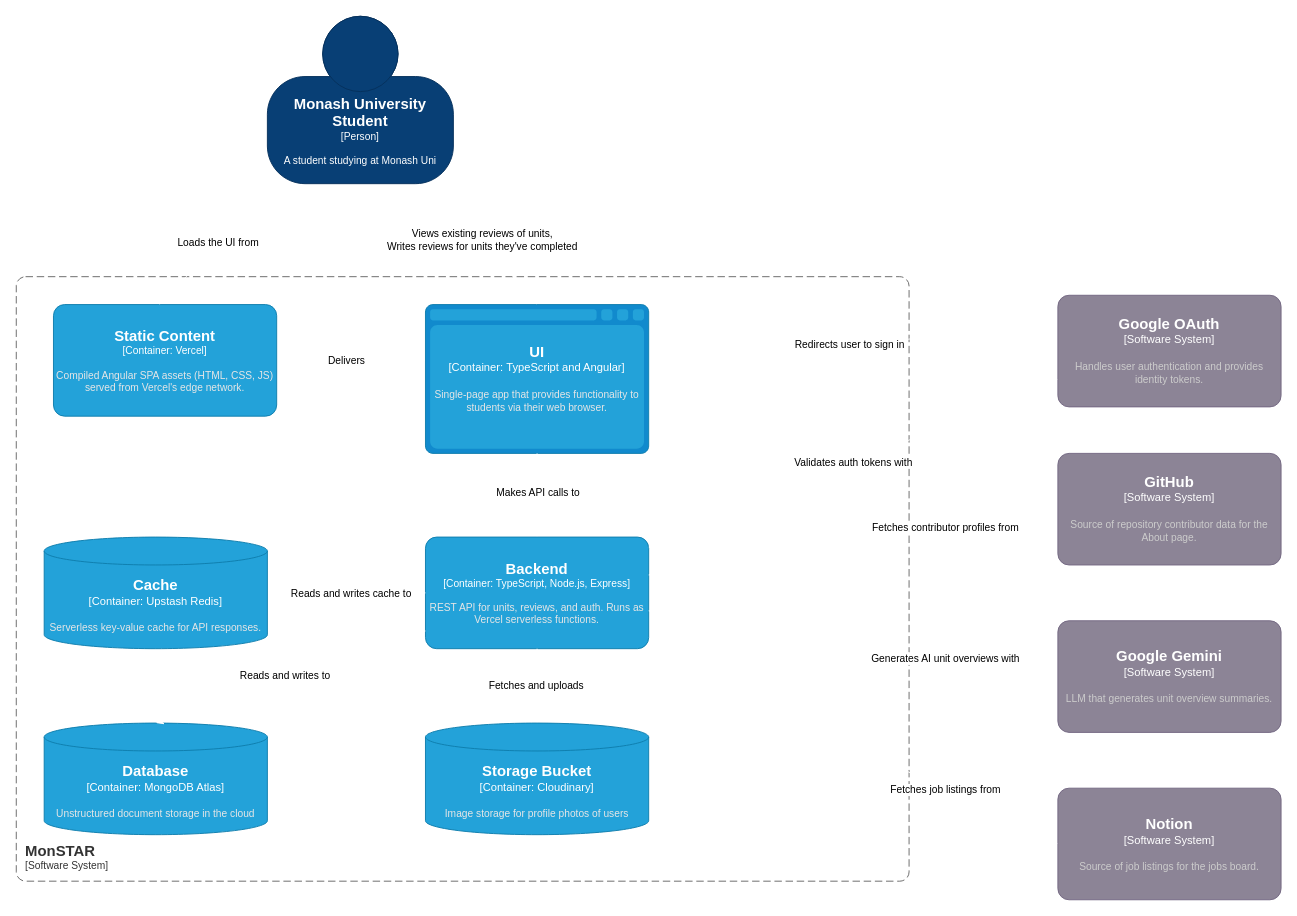
wiredmonash/monstar keeps this draw.io diagram as .docs/2_Container_Diagram.drawio. Above is the earlier version. Source tidied: cells renumbered, new cells numbered last; positions are measured from the earlier drawing's top-left corner, leaving out a move shared by most shapes. Both pictures are drawn from the tidied source at 93%, with x=0, y=0 at pixel (16, 16).
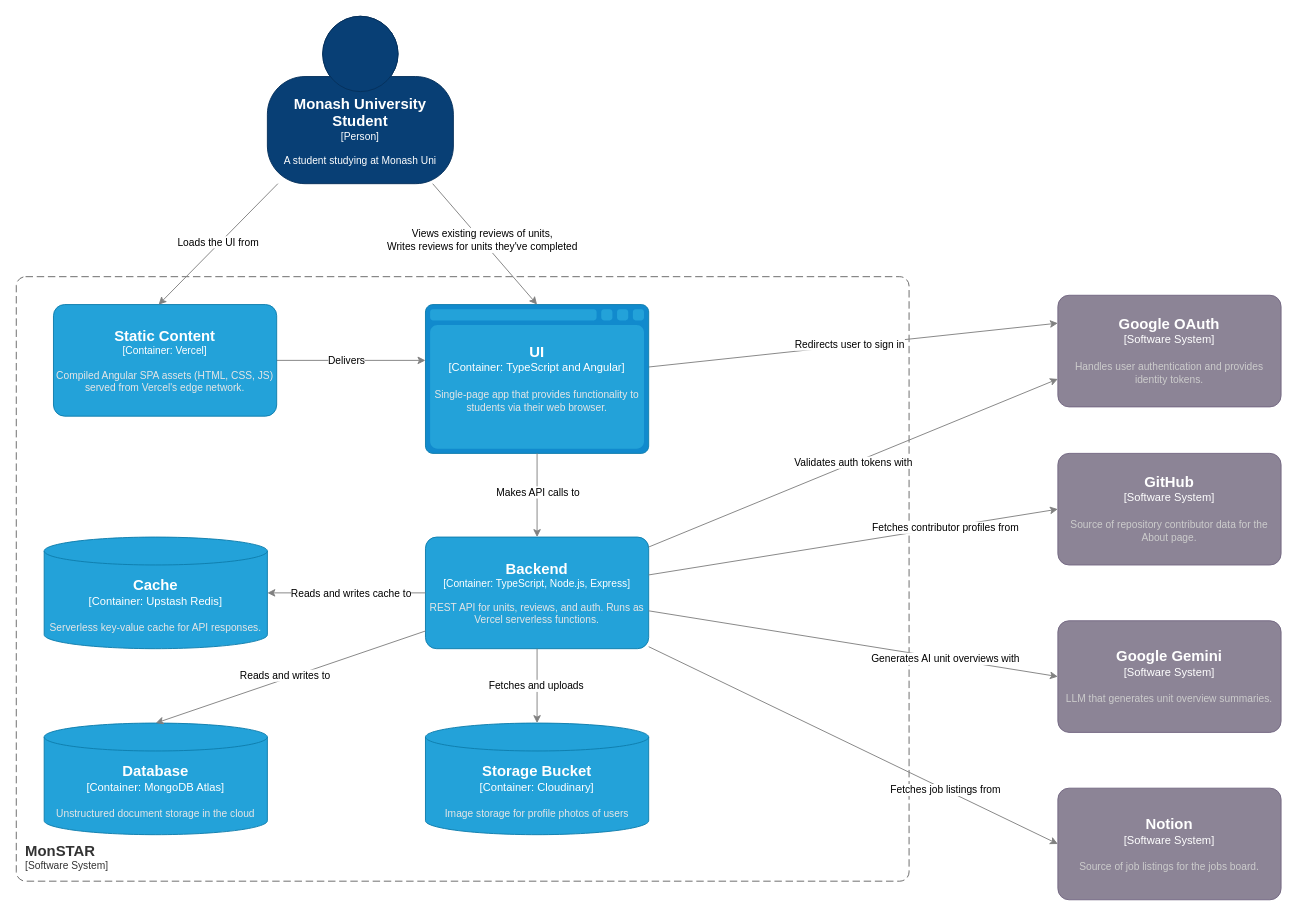
After the change.

Commit message (it also covers changes not shown here):
docs: recolour container diagram edges to grey for light and dark readability

Unchanged cells that the change refers to:
```xml
<object id="2" label="&lt;font style=&quot;font-size: 16px;&quot;&gt;&lt;b&gt;%c4Name%&lt;/b&gt;&lt;/font&gt;&lt;div&gt;[%c4Type%]&lt;/div&gt;&lt;br&gt;&lt;div&gt;&lt;font style=&quot;font-size: 11px&quot;&gt;&lt;font&gt;%c4Description%&lt;/font&gt;&lt;/font&gt;&lt;/div&gt;" c4Description="A student studying at Monash Uni" c4Name="Monash University Student" c4Type="Person" placeholders="1">
  <mxCell style="html=1;fontSize=11;dashed=0;whiteSpace=wrap;fillColor=#083F75;strokeColor=#06315C;fontColor=#FFFFFF;shape=mxgraph.c4.person2;align=center;points=[[0.5,0,0],[1,0.5,0],[1,0.75,0],[0.75,1,0],[0.5,1,0],[0.25,1,0],[0,0.75,0],[0,0.5,0]];" parent="1" vertex="1">
    <mxGeometry x="270" width="200" height="180" as="geometry" />
  </mxCell>
</object>
<object id="4" label="&lt;font style=&quot;font-size: 16px&quot;&gt;&lt;b&gt;%c4Name%&lt;/b&gt;&lt;/font&gt;&lt;div&gt;[%c4Type%:&amp;nbsp;%c4Technology%]&lt;/div&gt;&lt;br&gt;&lt;div&gt;&lt;font style=&quot;font-size: 11px&quot;&gt;&lt;font color=&quot;#E6E6E6&quot;&gt;%c4Description%&lt;/font&gt;&lt;/div&gt;" c4Description="Unstructured document storage in the cloud" c4Name="Database" c4Technology="MongoDB Atlas" c4Type="Container" placeholders="1">
  <mxCell style="shape=cylinder3;size=15;whiteSpace=wrap;html=1;boundedLbl=1;rounded=0;labelBackgroundColor=none;fillColor=#23A2D9;fontSize=12;fontColor=#ffffff;align=center;strokeColor=#0E7DAD;points=[[0.5,0,0],[1,0.25,0],[1,0.5,0],[1,0.75,0],[0.5,1,0],[0,0.75,0],[0,0.5,0],[0,0.25,0]];" parent="1" vertex="1">
    <mxGeometry x="30" y="760" width="240" height="120" as="geometry" />
  </mxCell>
</object>
<object id="5" label="&lt;font style=&quot;font-size: 16px&quot;&gt;&lt;b&gt;%c4Name%&lt;/b&gt;&lt;/font&gt;&lt;div&gt;[%c4Type%:&amp;nbsp;%c4Technology%]&lt;/div&gt;&lt;br&gt;&lt;div&gt;&lt;font style=&quot;font-size: 11px&quot;&gt;&lt;font color=&quot;#E6E6E6&quot;&gt;%c4Description%&lt;/font&gt;&lt;/div&gt;" c4Description="Image storage for profile photos of users" c4Name="Storage Bucket" c4Technology="Cloudinary" c4Type="Container" placeholders="1">
  <mxCell style="shape=cylinder3;size=15;whiteSpace=wrap;html=1;boundedLbl=1;rounded=0;labelBackgroundColor=none;fillColor=#23A2D9;fontSize=12;fontColor=#ffffff;align=center;strokeColor=#0E7DAD;points=[[0.5,0,0],[1,0.25,0],[1,0.5,0],[1,0.75,0],[0.5,1,0],[0,0.75,0],[0,0.5,0],[0,0.25,0]];" parent="1" vertex="1">
    <mxGeometry x="440" y="760" width="240" height="120" as="geometry" />
  </mxCell>
</object>
<object id="6" label="&lt;font style=&quot;font-size: 16px&quot;&gt;&lt;b&gt;%c4Name%&lt;/b&gt;&lt;/font&gt;&lt;div&gt;[%c4Type%: %c4Technology%]&lt;/div&gt;&lt;br&gt;&lt;div&gt;&lt;font style=&quot;font-size: 11px&quot;&gt;&lt;font color=&quot;#E6E6E6&quot;&gt;%c4Description%&lt;/font&gt;&lt;/div&gt;" c4Description="REST API for units, reviews, and auth. Runs as Vercel serverless functions." c4Name="Backend" c4Technology="TypeScript, Node.js, Express" c4Type="Container" placeholders="1">
  <mxCell style="rounded=1;whiteSpace=wrap;html=1;fontSize=11;labelBackgroundColor=none;fillColor=#23A2D9;fontColor=#ffffff;align=center;arcSize=10;strokeColor=#0E7DAD;points=[[0.25,0,0],[0.5,0,0],[0.75,0,0],[1,0.25,0],[1,0.5,0],[1,0.75,0],[0.75,1,0],[0.5,1,0],[0.25,1,0],[0,0.75,0],[0,0.5,0],[0,0.25,0]];" parent="1" vertex="1">
    <mxGeometry x="440" y="560" width="240" height="120" as="geometry" />
  </mxCell>
</object>
<object id="9" label="&lt;font style=&quot;font-size: 16px&quot;&gt;&lt;b&gt;%c4Name%&lt;/b&gt;&lt;/font&gt;&lt;div&gt;[%c4Type%:&amp;nbsp;%c4Technology%]&lt;/div&gt;&lt;br&gt;&lt;div&gt;&lt;font style=&quot;font-size: 11px&quot;&gt;&lt;font color=&quot;#E6E6E6&quot;&gt;%c4Description%&lt;/font&gt;&lt;/div&gt;" c4Description="Single-page app that provides functionality to students via their web browser." c4Name="UI" c4Technology="TypeScript and Angular" c4Type="Container" placeholders="1">
  <mxCell style="shape=mxgraph.c4.webBrowserContainer2;whiteSpace=wrap;html=1;boundedLbl=1;rounded=0;labelBackgroundColor=none;strokeColor=#118ACD;fillColor=#23A2D9;strokeColor=#118ACD;strokeColor2=#0E7DAD;fontSize=12;fontColor=#ffffff;align=center;points=[[0.5,0,0],[1,0.25,0],[1,0.5,0],[1,0.75,0],[0.5,1,0],[0,0.75,0],[0,0.5,0],[0,0.25,0]];" parent="1" vertex="1">
    <mxGeometry x="440" y="310" width="240" height="160" as="geometry" />
  </mxCell>
</object>
<object id="12" label="&lt;font style=&quot;font-size: 16px&quot;&gt;&lt;b&gt;%c4Name%&lt;/b&gt;&lt;/font&gt;&lt;div&gt;[%c4Type%: %c4Technology%]&lt;/div&gt;&lt;br&gt;&lt;div&gt;&lt;font style=&quot;font-size: 11px&quot;&gt;&lt;font color=&quot;#E6E6E6&quot;&gt;%c4Description%&lt;/font&gt;&lt;/div&gt;" c4Description="Compiled Angular SPA assets (HTML, CSS, JS) served from Vercel's edge network." c4Name="Static Content" c4Technology="Vercel" c4Type="Container" placeholders="1">
  <mxCell style="rounded=1;whiteSpace=wrap;html=1;fontSize=11;labelBackgroundColor=none;fillColor=#23A2D9;fontColor=#ffffff;align=center;arcSize=10;strokeColor=#0E7DAD;points=[[0.25,0,0],[0.5,0,0],[0.75,0,0],[1,0.25,0],[1,0.5,0],[1,0.75,0],[0.75,1,0],[0.5,1,0],[0.25,1,0],[0,0.75,0],[0,0.5,0],[0,0.25,0]];" parent="1" vertex="1">
    <mxGeometry x="40" y="310" width="240" height="120" as="geometry" />
  </mxCell>
</object>
<object id="23" label="&lt;font style=&quot;font-size: 16px&quot;&gt;&lt;b&gt;%c4Name%&lt;/b&gt;&lt;/font&gt;&lt;div&gt;[%c4Type%]&lt;/div&gt;&lt;br&gt;&lt;div&gt;&lt;font style=&quot;font-size: 11px&quot;&gt;&lt;font color=&quot;#cccccc&quot;&gt;%c4Description%&lt;/font&gt;&lt;/div&gt;" c4Description="Handles user authentication and provides identity tokens." c4Name="Google OAuth" c4Type="Software System" placeholders="1">
  <mxCell style="rounded=1;whiteSpace=wrap;html=1;labelBackgroundColor=none;fillColor=#8C8496;fontColor=#ffffff;align=center;arcSize=10;strokeColor=#736782;points=[[0.25,0,0],[0.5,0,0],[0.75,0,0],[1,0.25,0],[1,0.5,0],[1,0.75,0],[0.75,1,0],[0.5,1,0],[0.25,1,0],[0,0.75,0],[0,0.5,0],[0,0.25,0]];" parent="1" vertex="1">
    <mxGeometry x="1120" y="300" width="240" height="120" as="geometry" />
  </mxCell>
</object>
<object id="24" label="&lt;font style=&quot;font-size: 16px&quot;&gt;&lt;b&gt;%c4Name%&lt;/b&gt;&lt;/font&gt;&lt;div&gt;[%c4Type%:&amp;nbsp;%c4Technology%]&lt;/div&gt;&lt;br&gt;&lt;div&gt;&lt;font style=&quot;font-size: 11px&quot;&gt;&lt;font color=&quot;#E6E6E6&quot;&gt;%c4Description%&lt;/font&gt;&lt;/div&gt;" c4Description="Serverless key-value cache for API responses." c4Name="Cache" c4Technology="Upstash Redis" c4Type="Container" placeholders="1">
  <mxCell style="shape=cylinder3;size=15;whiteSpace=wrap;html=1;boundedLbl=1;rounded=0;labelBackgroundColor=none;fillColor=#23A2D9;fontSize=12;fontColor=#ffffff;align=center;strokeColor=#0E7DAD;points=[[0.5,0,0],[1,0.25,0],[1,0.5,0],[1,0.75,0],[0.5,1,0],[0,0.75,0],[0,0.5,0],[0,0.25,0]];" parent="1" vertex="1">
    <mxGeometry x="30" y="560" width="240" height="120" as="geometry" />
  </mxCell>
</object>
<object id="29" label="&lt;font style=&quot;font-size: 16px&quot;&gt;&lt;b&gt;%c4Name%&lt;/b&gt;&lt;/font&gt;&lt;div&gt;[%c4Type%]&lt;/div&gt;&lt;br&gt;&lt;div&gt;&lt;font style=&quot;font-size: 11px&quot;&gt;&lt;font color=&quot;#cccccc&quot;&gt;%c4Description%&lt;/font&gt;&lt;/div&gt;" c4Description="LLM that generates unit overview summaries." c4Name="Google Gemini" c4Type="Software System" placeholders="1">
  <mxCell style="rounded=1;whiteSpace=wrap;html=1;labelBackgroundColor=none;fillColor=#8C8496;fontColor=#ffffff;align=center;arcSize=10;strokeColor=#736782;points=[[0.25,0,0],[0.5,0,0],[0.75,0,0],[1,0.25,0],[1,0.5,0],[1,0.75,0],[0.75,1,0],[0.5,1,0],[0.25,1,0],[0,0.75,0],[0,0.5,0],[0,0.25,0]];" parent="1" vertex="1">
    <mxGeometry x="1120" y="650" width="240" height="120" as="geometry" />
  </mxCell>
</object>
<object id="30" label="&lt;font style=&quot;font-size: 16px&quot;&gt;&lt;b&gt;%c4Name%&lt;/b&gt;&lt;/font&gt;&lt;div&gt;[%c4Type%]&lt;/div&gt;&lt;br&gt;&lt;div&gt;&lt;font style=&quot;font-size: 11px&quot;&gt;&lt;font color=&quot;#cccccc&quot;&gt;%c4Description%&lt;/font&gt;&lt;/div&gt;" c4Description="Source of repository contributor data for the About page." c4Name="GitHub" c4Type="Software System" placeholders="1">
  <mxCell style="rounded=1;whiteSpace=wrap;html=1;labelBackgroundColor=none;fillColor=#8C8496;fontColor=#ffffff;align=center;arcSize=10;strokeColor=#736782;points=[[0.25,0,0],[0.5,0,0],[0.75,0,0],[1,0.25,0],[1,0.5,0],[1,0.75,0],[0.75,1,0],[0.5,1,0],[0.25,1,0],[0,0.75,0],[0,0.5,0],[0,0.25,0]];" parent="1" vertex="1">
    <mxGeometry x="1120" y="470" width="240" height="120" as="geometry" />
  </mxCell>
</object>
<object id="31" label="&lt;font style=&quot;font-size: 16px&quot;&gt;&lt;b&gt;%c4Name%&lt;/b&gt;&lt;/font&gt;&lt;div&gt;[%c4Type%]&lt;/div&gt;&lt;br&gt;&lt;div&gt;&lt;font style=&quot;font-size: 11px&quot;&gt;&lt;font color=&quot;#cccccc&quot;&gt;%c4Description%&lt;/font&gt;&lt;/div&gt;" c4Description="Source of job listings for the jobs board." c4Name="Notion" c4Type="Software System" placeholders="1">
  <mxCell style="rounded=1;whiteSpace=wrap;html=1;labelBackgroundColor=none;fillColor=#8C8496;fontColor=#ffffff;align=center;arcSize=10;strokeColor=#736782;points=[[0.25,0,0],[0.5,0,0],[0.75,0,0],[1,0.25,0],[1,0.5,0],[1,0.75,0],[0.75,1,0],[0.5,1,0],[0.25,1,0],[0,0.75,0],[0,0.5,0],[0,0.25,0]];" parent="1" vertex="1">
    <mxGeometry x="1120" y="830" width="240" height="120" as="geometry" />
  </mxCell>
</object>
```

The edit, as a diff of the source:
```diff
@@
-    <mxCell id="7" style="edgeStyle=none;html=1;strokeColor=#FFFFFF;entryX=0;entryY=0.25;entryDx=0;entryDy=0;entryPerimeter=0;" parent="1" edge="1" source="9" target="23">
+    <mxCell id="7" style="edgeStyle=none;html=1;strokeColor=#808080;entryX=0;entryY=0.25;entryDx=0;entryDy=0;entryPerimeter=0;" parent="1" edge="1" source="9" target="23">
       <mxGeometry relative="1" as="geometry" />
     </mxCell>
@@
-    <mxCell id="10" style="edgeStyle=none;html=1;strokeColor=#FFFFFF;" parent="1" edge="1" source="12">
+    <mxCell id="10" style="edgeStyle=none;html=1;strokeColor=#808080;" parent="1" edge="1" source="12">
       <mxGeometry relative="1" as="geometry">
         <mxPoint x="440" y="370" as="targetPoint" />
       </mxGeometry>
     </mxCell>
@@
-    <mxCell id="13" style="edgeStyle=none;html=1;entryX=0.471;entryY=0.001;entryDx=0;entryDy=0;entryPerimeter=0;strokeColor=#FFFFFF;" parent="1" edge="1" source="2" target="12">
+    <mxCell id="13" style="edgeStyle=none;html=1;entryX=0.471;entryY=0.001;entryDx=0;entryDy=0;entryPerimeter=0;strokeColor=#808080;" parent="1" edge="1" source="2" target="12">
       <mxGeometry relative="1" as="geometry" />
     </mxCell>
@@
-    <mxCell id="15" style="edgeStyle=none;html=1;entryX=0.5;entryY=0;entryDx=0;entryDy=0;entryPerimeter=0;strokeColor=#FFFFFF;" parent="1" edge="1" source="2" target="9">
+    <mxCell id="15" style="edgeStyle=none;html=1;entryX=0.5;entryY=0;entryDx=0;entryDy=0;entryPerimeter=0;strokeColor=#808080;" parent="1" edge="1" source="2" target="9">
       <mxGeometry relative="1" as="geometry" />
     </mxCell>
@@
-    <mxCell id="17" style="edgeStyle=none;html=1;entryX=0.5;entryY=0;entryDx=0;entryDy=0;entryPerimeter=0;strokeColor=#FFFFFF;" parent="1" edge="1" source="9" target="6">
+    <mxCell id="17" style="edgeStyle=none;html=1;entryX=0.5;entryY=0;entryDx=0;entryDy=0;entryPerimeter=0;strokeColor=#808080;" parent="1" edge="1" source="9" target="6">
       <mxGeometry relative="1" as="geometry" />
     </mxCell>
@@
-    <mxCell id="19" style="edgeStyle=none;html=1;entryX=0.5;entryY=0;entryDx=0;entryDy=0;entryPerimeter=0;strokeColor=#FFFFFF;" parent="1" edge="1" source="6" target="4">
+    <mxCell id="19" style="edgeStyle=none;html=1;entryX=0.5;entryY=0;entryDx=0;entryDy=0;entryPerimeter=0;strokeColor=#808080;" parent="1" edge="1" source="6" target="4">
       <mxGeometry relative="1" as="geometry" />
     </mxCell>
@@
-    <mxCell id="21" style="edgeStyle=none;html=1;entryX=0.5;entryY=0;entryDx=0;entryDy=0;entryPerimeter=0;strokeColor=#FFFFFF;" parent="1" edge="1" source="6" target="5">
+    <mxCell id="21" style="edgeStyle=none;html=1;entryX=0.5;entryY=0;entryDx=0;entryDy=0;entryPerimeter=0;strokeColor=#808080;" parent="1" edge="1" source="6" target="5">
       <mxGeometry relative="1" as="geometry" />
     </mxCell>
@@
-    <mxCell id="25" style="edgeStyle=none;html=1;strokeColor=#FFFFFF;" parent="1" edge="1" source="6" target="24">
+    <mxCell id="25" style="edgeStyle=none;html=1;strokeColor=#808080;" parent="1" edge="1" source="6" target="24">
       <mxGeometry relative="1" as="geometry" />
     </mxCell>
@@
-    <mxCell id="27" style="edgeStyle=none;html=1;strokeColor=#FFFFFF;entryX=0;entryY=0.75;entryDx=0;entryDy=0;entryPerimeter=0;" parent="1" edge="1" source="6" target="23">
+    <mxCell id="27" style="edgeStyle=none;html=1;strokeColor=#808080;entryX=0;entryY=0.75;entryDx=0;entryDy=0;entryPerimeter=0;" parent="1" edge="1" source="6" target="23">
       <mxGeometry relative="1" as="geometry" />
     </mxCell>
@@
-    <mxCell id="32" style="edgeStyle=none;html=1;entryX=0;entryY=0.5;entryDx=0;entryDy=0;entryPerimeter=0;strokeColor=#FFFFFF;" parent="1" edge="1" source="6" target="29">
+    <mxCell id="32" style="edgeStyle=none;html=1;entryX=0;entryY=0.5;entryDx=0;entryDy=0;entryPerimeter=0;strokeColor=#808080;" parent="1" edge="1" source="6" target="29">
       <mxGeometry relative="1" as="geometry" />
     </mxCell>
@@
-    <mxCell id="34" style="edgeStyle=none;html=1;entryX=0;entryY=0.5;entryDx=0;entryDy=0;entryPerimeter=0;strokeColor=#FFFFFF;" parent="1" edge="1" source="6" target="30">
+    <mxCell id="34" style="edgeStyle=none;html=1;entryX=0;entryY=0.5;entryDx=0;entryDy=0;entryPerimeter=0;strokeColor=#808080;" parent="1" edge="1" source="6" target="30">
       <mxGeometry relative="1" as="geometry" />
     </mxCell>
@@
-    <mxCell id="36" style="edgeStyle=none;html=1;entryX=0;entryY=0.5;entryDx=0;entryDy=0;entryPerimeter=0;strokeColor=#FFFFFF;" parent="1" edge="1" source="6" target="31">
+    <mxCell id="36" style="edgeStyle=none;html=1;entryX=0;entryY=0.5;entryDx=0;entryDy=0;entryPerimeter=0;strokeColor=#808080;" parent="1" edge="1" source="6" target="31">
       <mxGeometry relative="1" as="geometry" />
     </mxCell>
```
